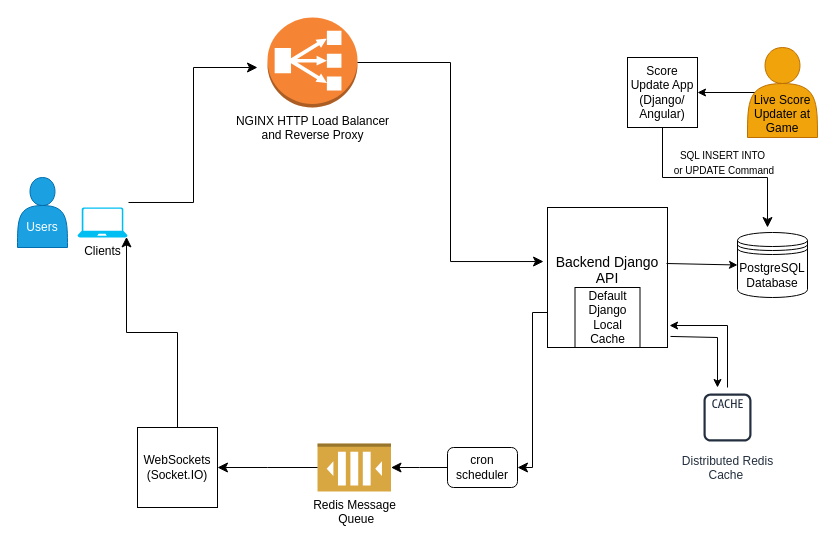
Above: OKCAppSysDesign.drawio in amankavil11/OKCThunderSoftwareProj (draw.io), before the change. Source tidied: cells renumbered, new cells numbered last; positions are measured from the earlier drawing's top-left corner, leaving out a move shared by most shapes. Both pictures are drawn from the tidied source at 100%, with x=0, y=0 at pixel (17, 17).
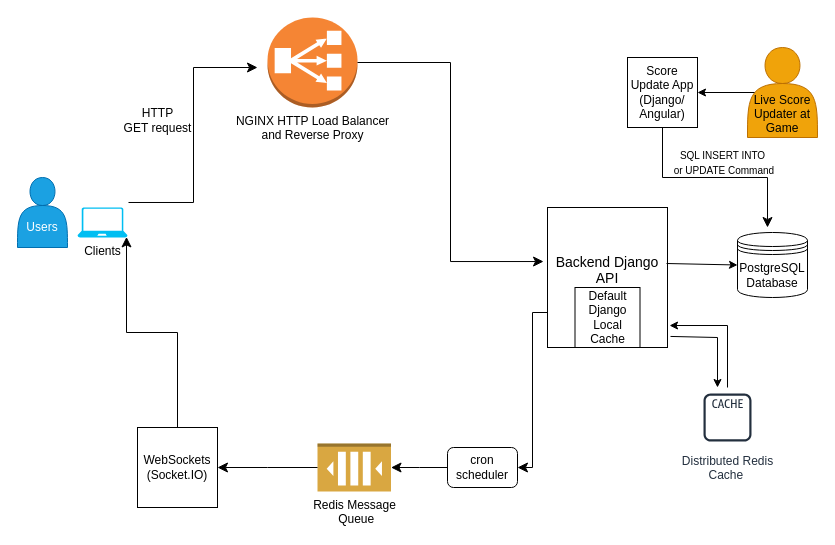
The same page after the edit.

Change to the diagram source:
```diff
@@
+    <mxCell id="26" value="HTTP &lt;br&gt;GET request" style="text;html=1;align=center;verticalAlign=middle;strokeColor=none;fillColor=none;" parent="1" vertex="1">
+      <mxGeometry x="95" y="83" width="90" height="40" as="geometry" />
+    </mxCell>
```
